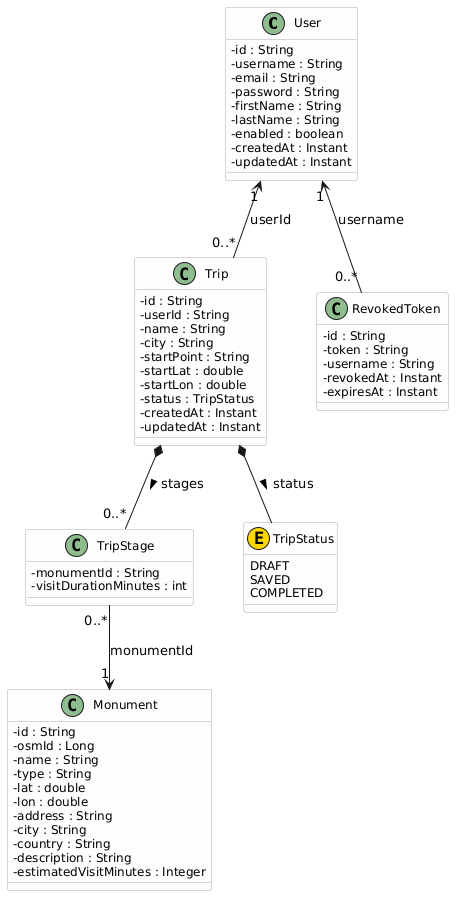
The PlantUML diagram Iterazione1/Diagrammi/ClassDiagram.png in gpassarella2/PAC_project, before a commit.
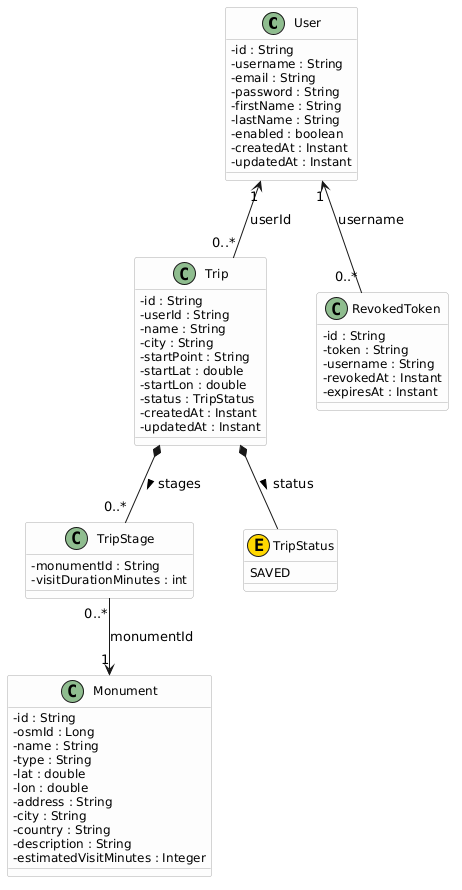
After the commit.

Diff of the diagram source:
```diff
@@ -71,9 +71,7 @@
 }
 
 enum TripStatus <<(E,#FFD700)>> {
-  DRAFT
   SAVED
-  COMPLETED
 }
 
 
```
